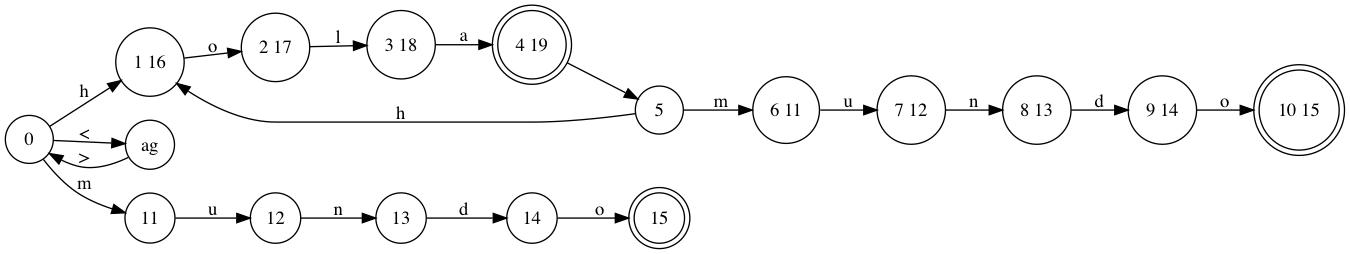
Earlier version of the Graphviz export determinante.png (GdeAchaval/automaton). Its source is kept beside it as determinante.dot.
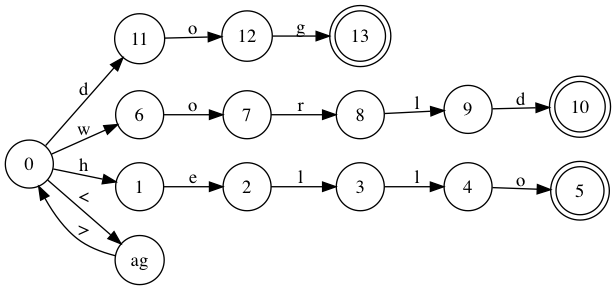
The same diagram one commit later.

Diff of the diagram source:
```diff
@@ -1,39 +1,34 @@
 digraph {
 rankdir = "LR";
 node [shape=circle] Node_0[label="0"];
-node [shape=circle] Node_1_16[label="1 16"];
+node [shape=circle] Node_11[label="11"];
+node [shape=circle] Node_6[label="6"];
+node [shape=circle] Node_1[label="1"];
 node [shape=circle] Nodetag[label="ag"];
-node [shape=circle] Node_11[label="11"];
-node [shape=circle] Node_2_17[label="2 17"];
 node [shape=circle] Node_12[label="12"];
-node [shape=circle] Node_3_18[label="3 18"];
-node [shape=circle] Node_13[label="13"];
-node [shape=doublecircle] Node_4_19[label="4 19"];
-node [shape=circle] Node_14[label="14"];
-node [shape=circle] Node_5[label="5"];
-node [shape=doublecircle] Node_15[label="15"];
-node [shape=circle] Node_6_11[label="6 11"];
-node [shape=circle] Node_7_12[label="7 12"];
-node [shape=circle] Node_8_13[label="8 13"];
-node [shape=circle] Node_9_14[label="9 14"];
-node [shape=doublecircle] Node_10_15[label="10 15"];
+node [shape=circle] Node_7[label="7"];
+node [shape=circle] Node_2[label="2"];
+node [shape=doublecircle] Node_13[label="13"];
+node [shape=circle] Node_8[label="8"];
+node [shape=circle] Node_3[label="3"];
+node [shape=circle] Node_9[label="9"];
+node [shape=circle] Node_4[label="4"];
+node [shape=doublecircle] Node_10[label="10"];
+node [shape=doublecircle] Node_5[label="5"];
 
-Node_0 -> Node_1_16 [label="h"];
+Node_0 -> Node_11 [label="d"];
+Node_0 -> Node_6 [label="w"];
+Node_0 -> Node_1 [label="h"];
 Node_0 -> Nodetag [label="<"];
-Node_0 -> Node_11 [label="m"];
-Node_1_16 -> Node_2_17 [label="o"];
+Node_11 -> Node_12 [label="o"];
+Node_6 -> Node_7 [label="o"];
+Node_1 -> Node_2 [label="e"];
 Nodetag -> Node_0 [label=">"];
-Node_11 -> Node_12 [label="u"];
-Node_2_17 -> Node_3_18 [label="l"];
-Node_12 -> Node_13 [label="n"];
-Node_3_18 -> Node_4_19 [label="a"];
-Node_13 -> Node_14 [label="d"];
-Node_4_19 -> Node_5 [label=" "];
-Node_14 -> Node_15 [label="o"];
-Node_5 -> Node_1_16 [label="h"];
-Node_5 -> Node_6_11 [label="m"];
-Node_6_11 -> Node_7_12 [label="u"];
-Node_7_12 -> Node_8_13 [label="n"];
-Node_8_13 -> Node_9_14 [label="d"];
-Node_9_14 -> Node_10_15 [label="o"];
+Node_12 -> Node_13 [label="g"];
+Node_7 -> Node_8 [label="r"];
+Node_2 -> Node_3 [label="l"];
+Node_8 -> Node_9 [label="l"];
+Node_3 -> Node_4 [label="l"];
+Node_9 -> Node_10 [label="d"];
+Node_4 -> Node_5 [label="o"];
 }
```
